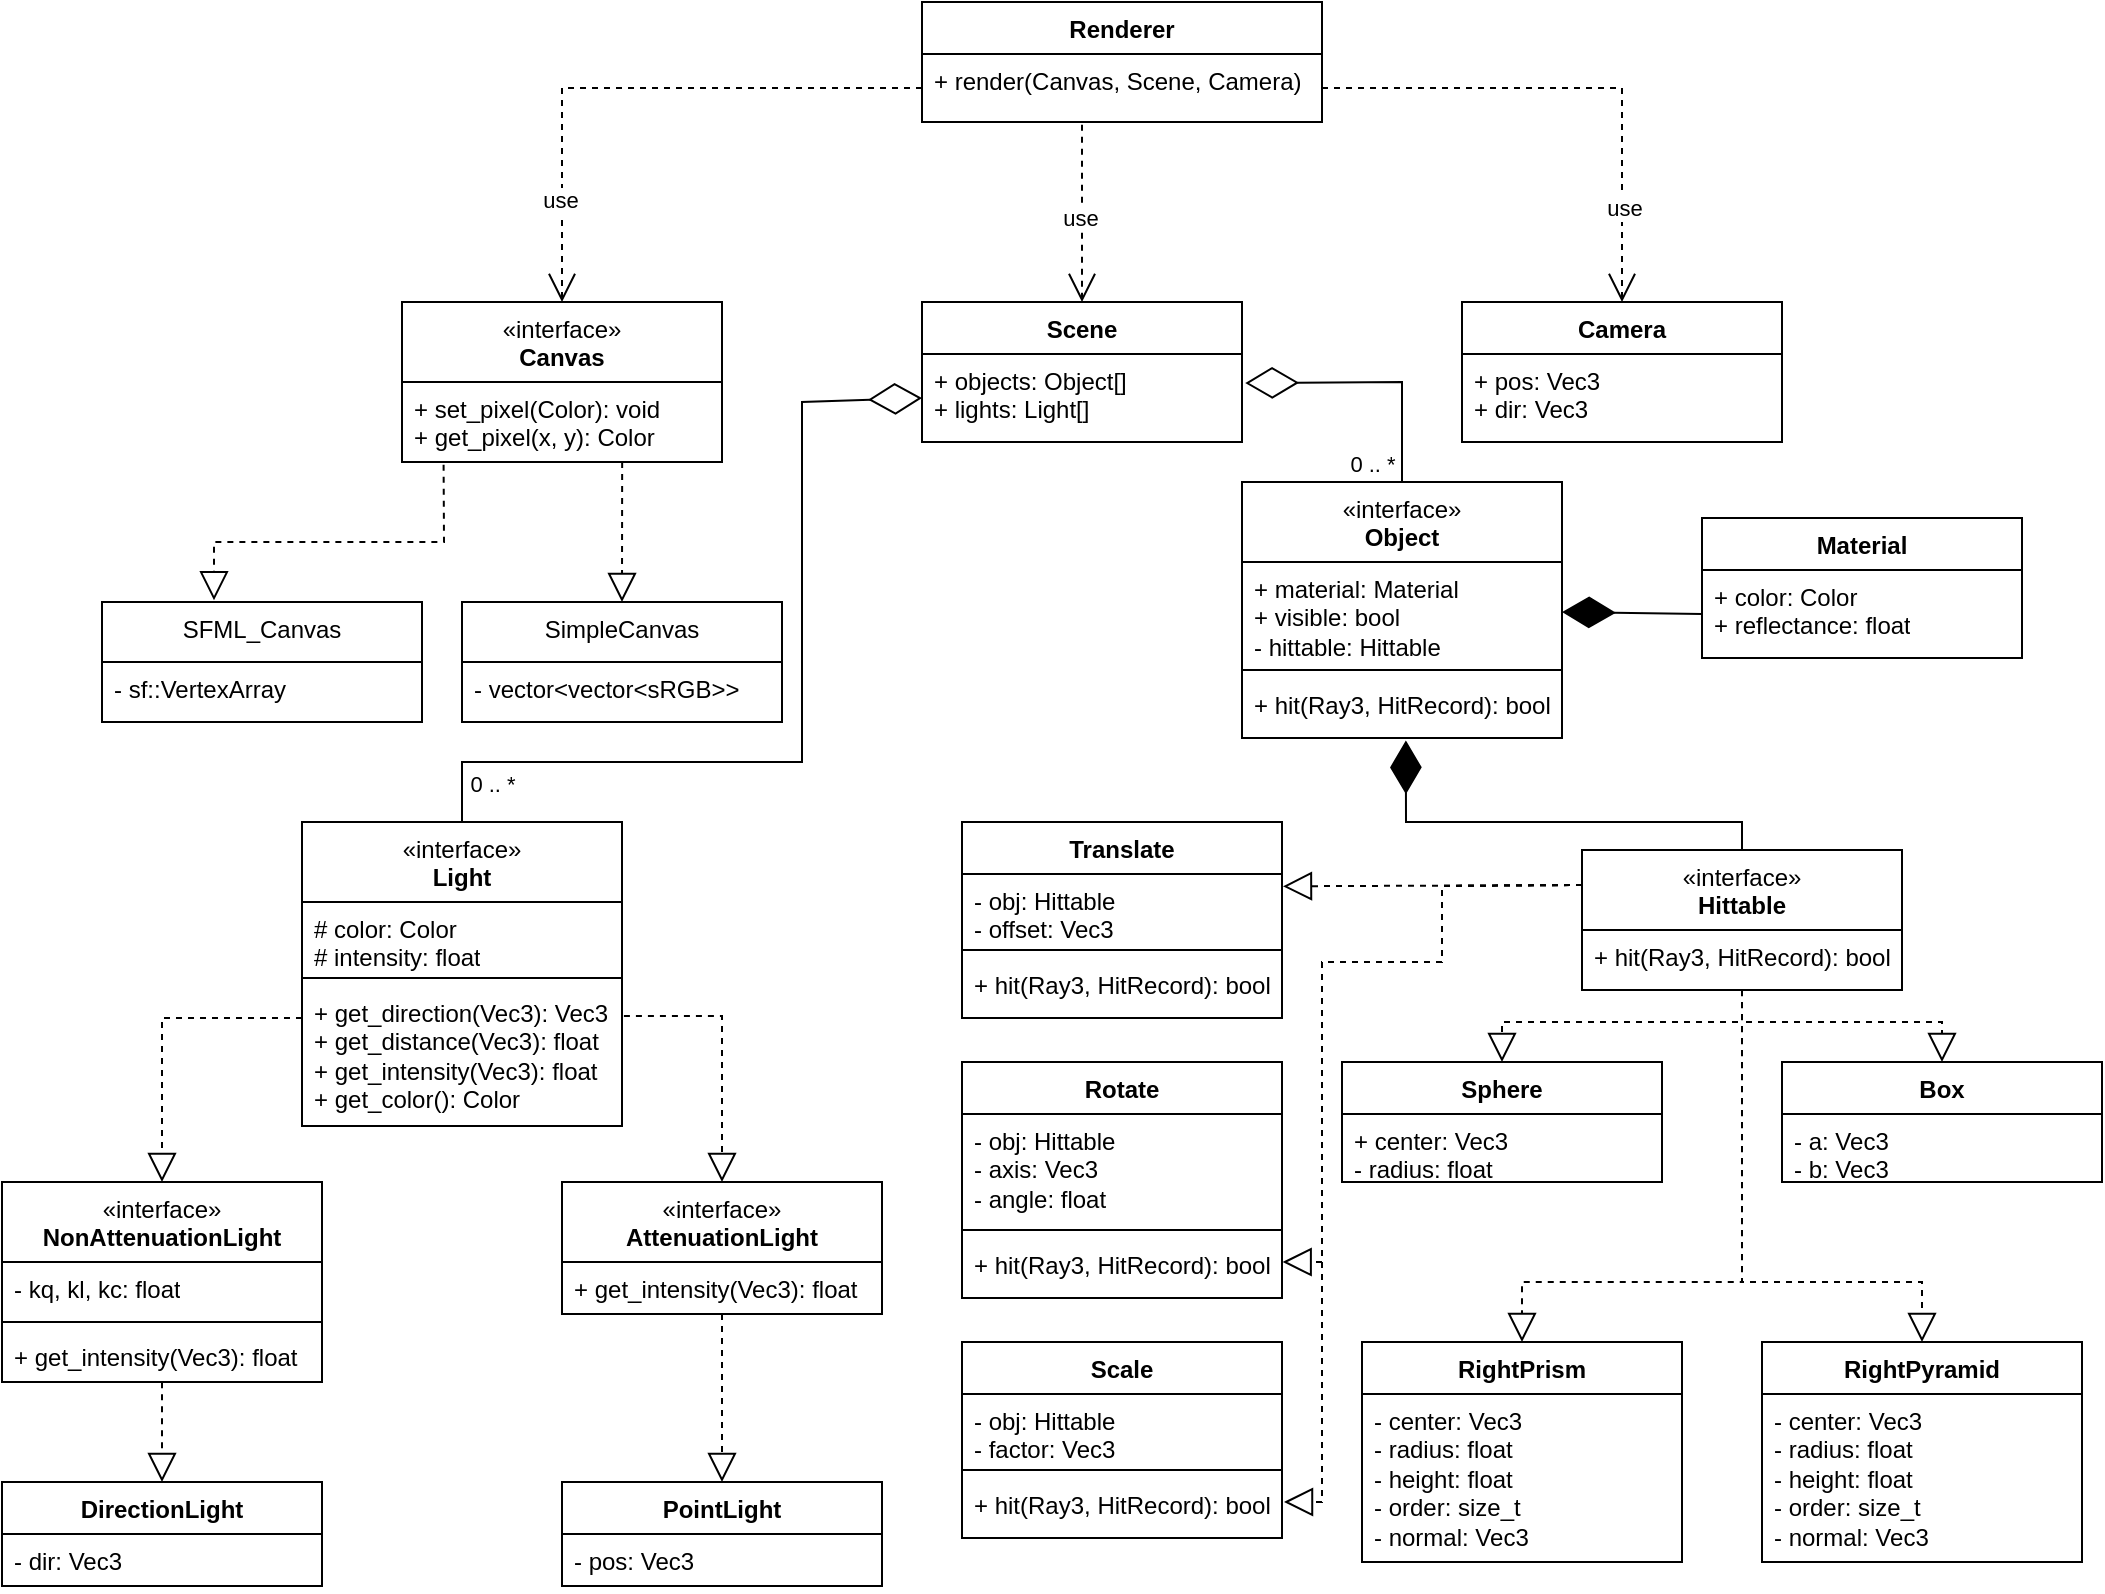
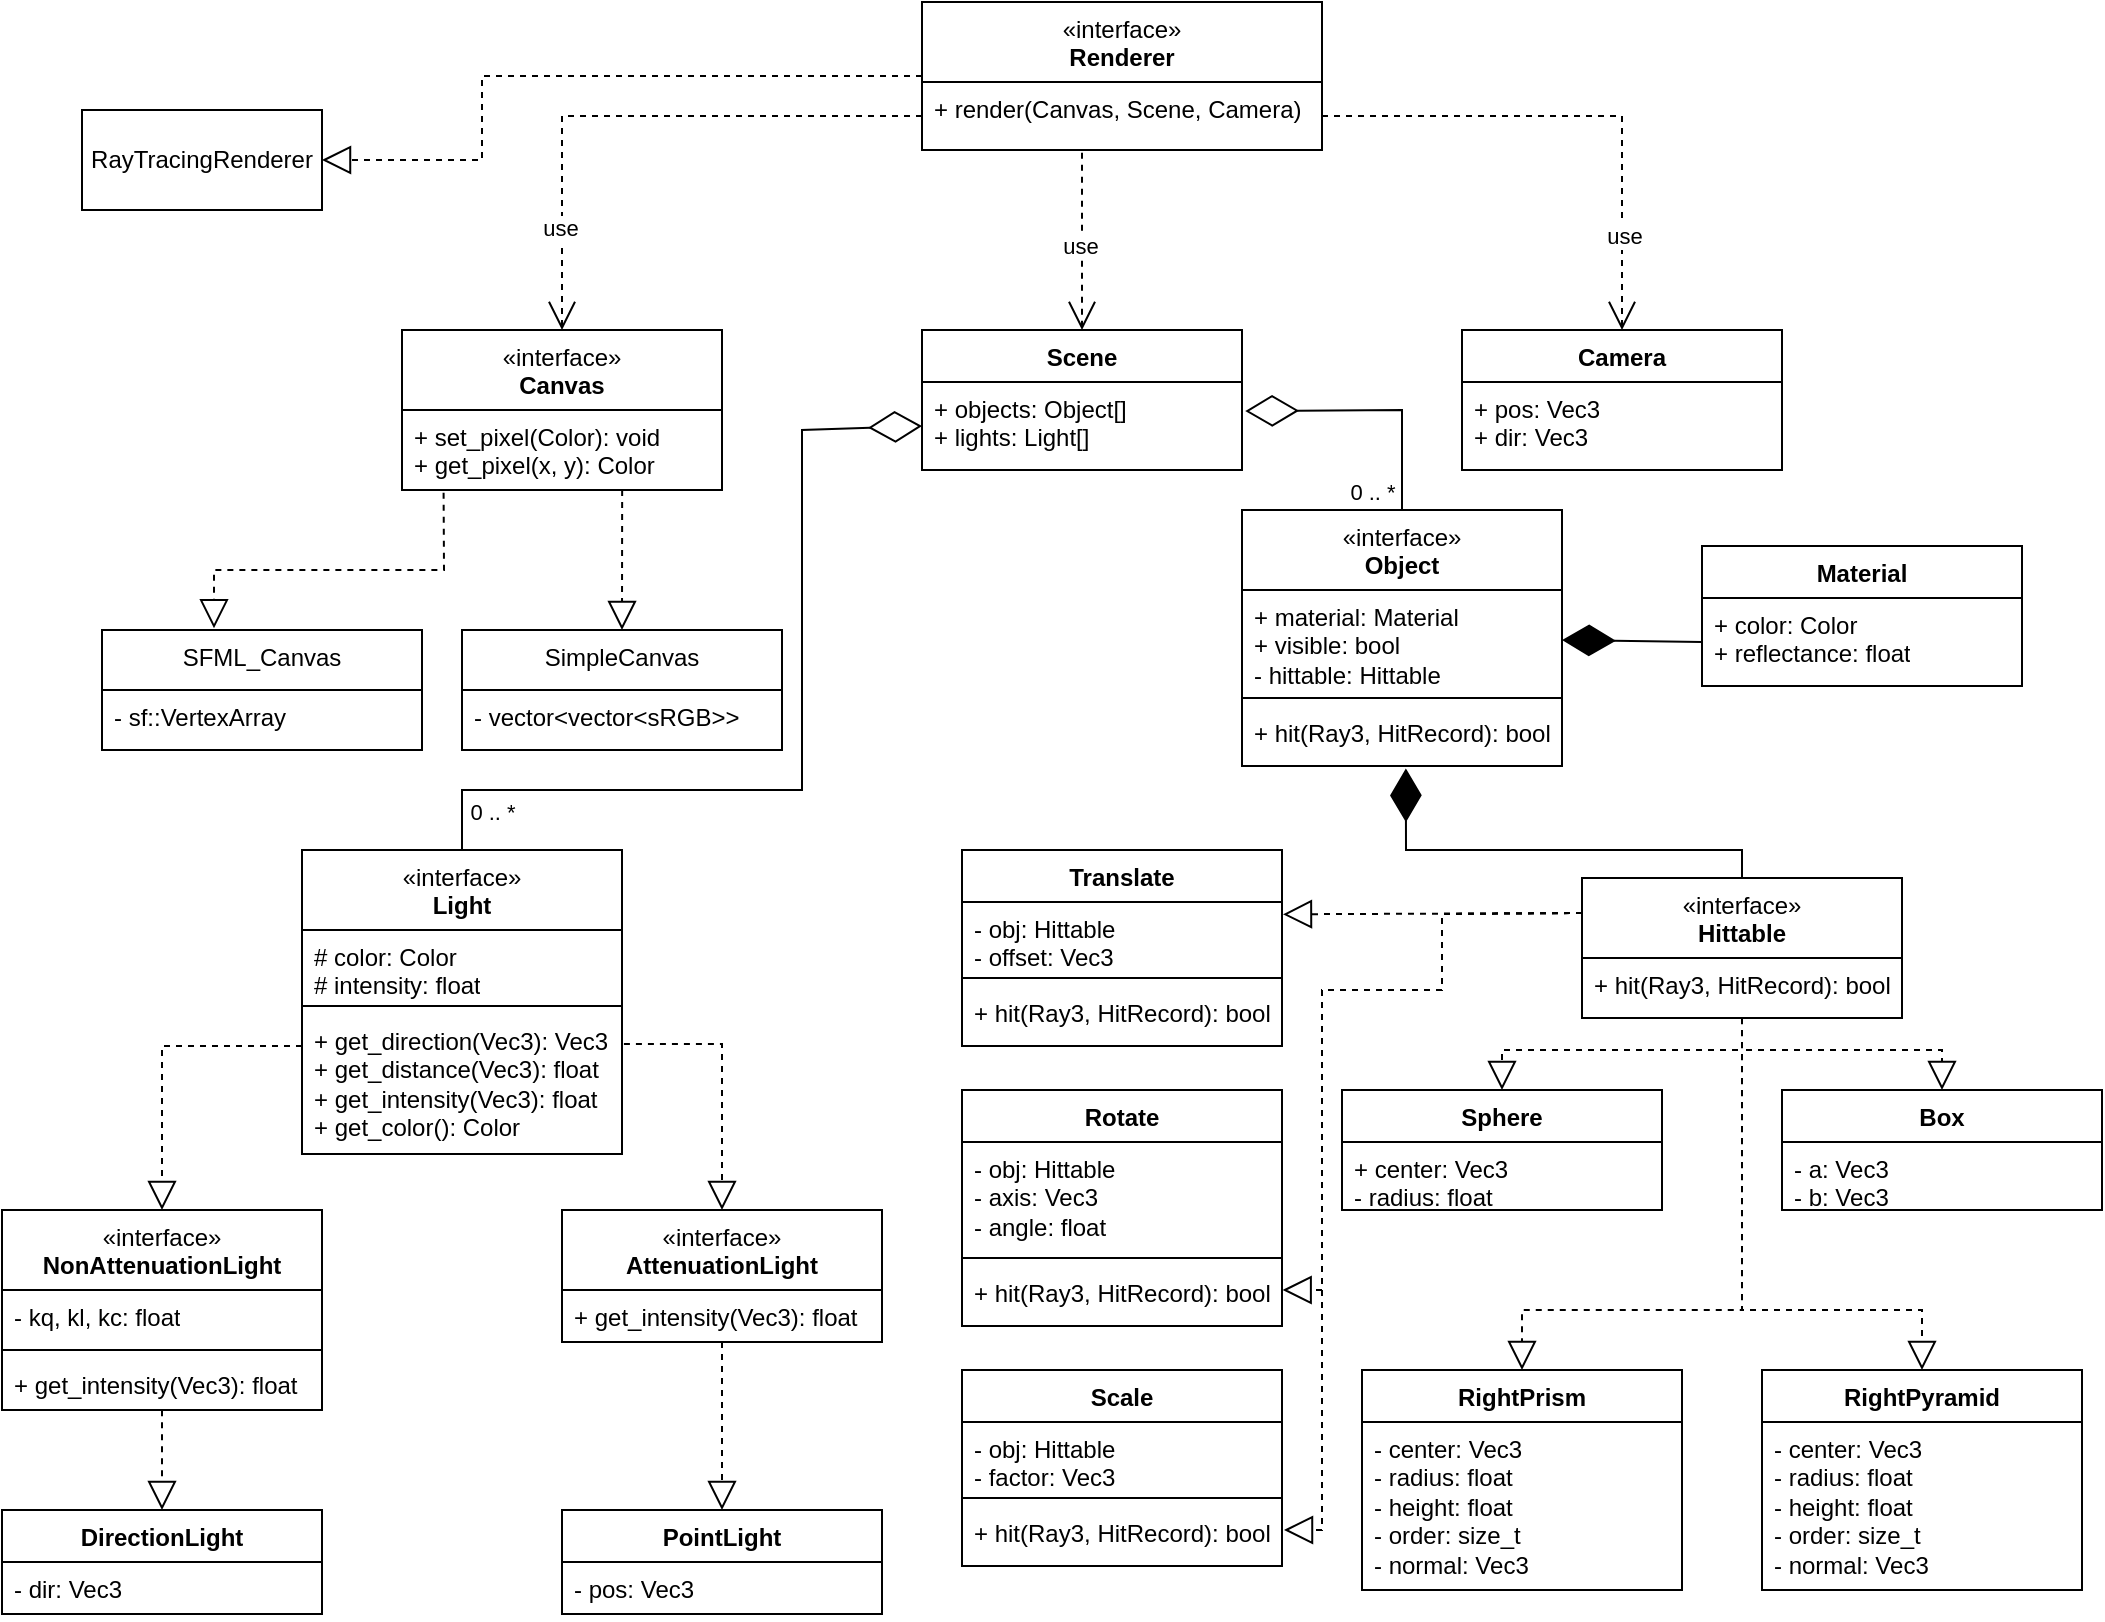
<mxfile host="Electron" agent="Mozilla/5.0 (Windows NT 10.0; Win64; x64) AppleWebKit/537.36 (KHTML, like Gecko) draw.io/26.0.9 Chrome/128.0.6613.186 Electron/32.2.5 Safari/537.36" version="26.0.9">
  <diagram name="Страница — 1" id="ZTjrPOcrjr3_ttdeYWlG">
-     <mxGraphModel dx="2514" dy="984" grid="1" gridSize="10" guides="1" tooltips="1" connect="1" arrows="1" fold="1" page="1" pageScale="1" pageWidth="827" pageHeight="1169" math="0" shadow="0">
+     <mxGraphModel dx="3434" dy="1520" grid="1" gridSize="10" guides="1" tooltips="1" connect="1" arrows="1" fold="1" page="1" pageScale="1" pageWidth="827" pageHeight="1169" math="0" shadow="0">
      <root>
        <mxCell id="0" />
        <mxCell id="1" parent="0" />
-         <mxCell id="hdlihjiLVeq3m88xXGLW-5" value="Renderer" style="swimlane;fontStyle=1;align=center;verticalAlign=top;childLayout=stackLayout;horizontal=1;startSize=26;horizontalStack=0;resizeParent=1;resizeParentMax=0;resizeLast=0;collapsible=1;marginBottom=0;whiteSpace=wrap;html=1;" parent="1" vertex="1">
-           <mxGeometry x="300" y="40" width="200" height="60" as="geometry" />
+         <mxCell id="hdlihjiLVeq3m88xXGLW-5" value="&lt;span style=&quot;font-weight: 400;&quot;&gt;«interface»&lt;/span&gt;&lt;br style=&quot;font-weight: 400;&quot;&gt;Renderer" style="swimlane;fontStyle=1;align=center;verticalAlign=top;childLayout=stackLayout;horizontal=1;startSize=40;horizontalStack=0;resizeParent=1;resizeParentMax=0;resizeLast=0;collapsible=1;marginBottom=0;whiteSpace=wrap;html=1;" parent="1" vertex="1">
+           <mxGeometry x="300" y="26" width="200" height="74" as="geometry">
+             <mxRectangle x="300" y="26" width="100" height="40" as="alternateBounds" />
+           </mxGeometry>
        </mxCell>
        <mxCell id="hdlihjiLVeq3m88xXGLW-8" value="+ render(Canvas, Scene, Camera)" style="text;strokeColor=none;fillColor=none;align=left;verticalAlign=top;spacingLeft=4;spacingRight=4;overflow=hidden;rotatable=0;points=[[0,0.5],[1,0.5]];portConstraint=eastwest;whiteSpace=wrap;html=1;" parent="hdlihjiLVeq3m88xXGLW-5" vertex="1">
-           <mxGeometry y="26" width="200" height="34" as="geometry" />
+           <mxGeometry y="40" width="200" height="34" as="geometry" />
        </mxCell>
        <mxCell id="hdlihjiLVeq3m88xXGLW-10" value="&lt;span style=&quot;font-weight: 400;&quot;&gt;«interface»&lt;/span&gt;&lt;br&gt;Canvas" style="swimlane;fontStyle=1;align=center;verticalAlign=top;childLayout=stackLayout;horizontal=1;startSize=40;horizontalStack=0;resizeParent=1;resizeParentMax=0;resizeLast=0;collapsible=1;marginBottom=0;whiteSpace=wrap;html=1;" parent="1" vertex="1">
          <mxGeometry x="40" y="190" width="160" height="80" as="geometry" />
        </mxCell>
        <mxCell id="hdlihjiLVeq3m88xXGLW-13" value="+ set_pixel(Color): void&lt;div&gt;+ get_pixel(x, y): Color&lt;/div&gt;" style="text;strokeColor=none;fillColor=none;align=left;verticalAlign=top;spacingLeft=4;spacingRight=4;overflow=hidden;rotatable=0;points=[[0,0.5],[1,0.5]];portConstraint=eastwest;whiteSpace=wrap;html=1;" parent="hdlihjiLVeq3m88xXGLW-10" vertex="1">
          <mxGeometry y="40" width="160" height="40" as="geometry" />
        </mxCell>
        <mxCell id="hdlihjiLVeq3m88xXGLW-18" value="Scene" style="swimlane;fontStyle=1;align=center;verticalAlign=top;childLayout=stackLayout;horizontal=1;startSize=26;horizontalStack=0;resizeParent=1;resizeParentMax=0;resizeLast=0;collapsible=1;marginBottom=0;whiteSpace=wrap;html=1;" parent="1" vertex="1">
          <mxGeometry x="300" y="190" width="160" height="70" as="geometry" />
        </mxCell>
        <mxCell id="hdlihjiLVeq3m88xXGLW-19" value="+ objects: Object[]&lt;div&gt;+ lights: Light[]&lt;/div&gt;" style="text;strokeColor=none;fillColor=none;align=left;verticalAlign=top;spacingLeft=4;spacingRight=4;overflow=hidden;rotatable=0;points=[[0,0.5],[1,0.5]];portConstraint=eastwest;whiteSpace=wrap;html=1;" parent="hdlihjiLVeq3m88xXGLW-18" vertex="1">
          <mxGeometry y="26" width="160" height="44" as="geometry" />
        </mxCell>
        <mxCell id="hdlihjiLVeq3m88xXGLW-22" value="Camera" style="swimlane;fontStyle=1;align=center;verticalAlign=top;childLayout=stackLayout;horizontal=1;startSize=26;horizontalStack=0;resizeParent=1;resizeParentMax=0;resizeLast=0;collapsible=1;marginBottom=0;whiteSpace=wrap;html=1;" parent="1" vertex="1">
          <mxGeometry x="570" y="190" width="160" height="70" as="geometry" />
        </mxCell>
        <mxCell id="hdlihjiLVeq3m88xXGLW-23" value="+ pos: Vec3&lt;div&gt;+ dir: Vec3&lt;/div&gt;" style="text;strokeColor=none;fillColor=none;align=left;verticalAlign=top;spacingLeft=4;spacingRight=4;overflow=hidden;rotatable=0;points=[[0,0.5],[1,0.5]];portConstraint=eastwest;whiteSpace=wrap;html=1;" parent="hdlihjiLVeq3m88xXGLW-22" vertex="1">
          <mxGeometry y="26" width="160" height="44" as="geometry" />
        </mxCell>
        <mxCell id="hdlihjiLVeq3m88xXGLW-26" value="&lt;span style=&quot;font-weight: 400;&quot;&gt;«interface»&lt;/span&gt;&lt;br style=&quot;font-weight: 400;&quot;&gt;Object" style="swimlane;fontStyle=1;align=center;verticalAlign=top;childLayout=stackLayout;horizontal=1;startSize=40;horizontalStack=0;resizeParent=1;resizeParentMax=0;resizeLast=0;collapsible=1;marginBottom=0;whiteSpace=wrap;html=1;" parent="1" vertex="1">
          <mxGeometry x="460" y="280" width="160" height="128" as="geometry" />
        </mxCell>
        <mxCell id="hdlihjiLVeq3m88xXGLW-27" value="+ material: Material&lt;div&gt;+ visible: bool&lt;br&gt;- hittable: Hittable&lt;/div&gt;" style="text;strokeColor=none;fillColor=none;align=left;verticalAlign=top;spacingLeft=4;spacingRight=4;overflow=hidden;rotatable=0;points=[[0,0.5],[1,0.5]];portConstraint=eastwest;whiteSpace=wrap;html=1;" parent="hdlihjiLVeq3m88xXGLW-26" vertex="1">
          <mxGeometry y="40" width="160" height="50" as="geometry" />
        </mxCell>
        <mxCell id="hdlihjiLVeq3m88xXGLW-28" value="" style="line;strokeWidth=1;fillColor=none;align=left;verticalAlign=middle;spacingTop=-1;spacingLeft=3;spacingRight=3;rotatable=0;labelPosition=right;points=[];portConstraint=eastwest;strokeColor=inherit;" parent="hdlihjiLVeq3m88xXGLW-26" vertex="1">
          <mxGeometry y="90" width="160" height="8" as="geometry" />
        </mxCell>
        <mxCell id="hdlihjiLVeq3m88xXGLW-29" value="+ hit(Ray3, HitRecord): bool" style="text;strokeColor=none;fillColor=none;align=left;verticalAlign=top;spacingLeft=4;spacingRight=4;overflow=hidden;rotatable=0;points=[[0,0.5],[1,0.5]];portConstraint=eastwest;whiteSpace=wrap;html=1;" parent="hdlihjiLVeq3m88xXGLW-26" vertex="1">
          <mxGeometry y="98" width="160" height="30" as="geometry" />
        </mxCell>
        <mxCell id="hdlihjiLVeq3m88xXGLW-30" value="Material" style="swimlane;fontStyle=1;align=center;verticalAlign=top;childLayout=stackLayout;horizontal=1;startSize=26;horizontalStack=0;resizeParent=1;resizeParentMax=0;resizeLast=0;collapsible=1;marginBottom=0;whiteSpace=wrap;html=1;" parent="1" vertex="1">
          <mxGeometry x="690" y="298" width="160" height="70" as="geometry" />
        </mxCell>
        <mxCell id="hdlihjiLVeq3m88xXGLW-31" value="+ color: Color&lt;div&gt;+ reflectance: float&lt;/div&gt;" style="text;strokeColor=none;fillColor=none;align=left;verticalAlign=top;spacingLeft=4;spacingRight=4;overflow=hidden;rotatable=0;points=[[0,0.5],[1,0.5]];portConstraint=eastwest;whiteSpace=wrap;html=1;" parent="hdlihjiLVeq3m88xXGLW-30" vertex="1">
          <mxGeometry y="26" width="160" height="44" as="geometry" />
        </mxCell>
        <mxCell id="hdlihjiLVeq3m88xXGLW-39" value="Box" style="swimlane;fontStyle=1;align=center;verticalAlign=top;childLayout=stackLayout;horizontal=1;startSize=26;horizontalStack=0;resizeParent=1;resizeParentMax=0;resizeLast=0;collapsible=1;marginBottom=0;whiteSpace=wrap;html=1;" parent="1" vertex="1">
          <mxGeometry x="730" y="570" width="160" height="60" as="geometry" />
        </mxCell>
        <mxCell id="hdlihjiLVeq3m88xXGLW-40" value="- a: Vec3&lt;div&gt;- b: Vec3&lt;/div&gt;" style="text;strokeColor=none;fillColor=none;align=left;verticalAlign=top;spacingLeft=4;spacingRight=4;overflow=hidden;rotatable=0;points=[[0,0.5],[1,0.5]];portConstraint=eastwest;whiteSpace=wrap;html=1;" parent="hdlihjiLVeq3m88xXGLW-39" vertex="1">
          <mxGeometry y="26" width="160" height="34" as="geometry" />
        </mxCell>
        <mxCell id="hdlihjiLVeq3m88xXGLW-43" value="" style="endArrow=open;endSize=12;dashed=1;html=1;rounded=0;entryX=0.5;entryY=0;entryDx=0;entryDy=0;exitX=0;exitY=0.5;exitDx=0;exitDy=0;" parent="1" source="hdlihjiLVeq3m88xXGLW-8" target="hdlihjiLVeq3m88xXGLW-10" edge="1">
          <mxGeometry x="0.6516" width="160" relative="1" as="geometry">
            <mxPoint x="400" y="130" as="sourcePoint" />
            <mxPoint x="470" y="310" as="targetPoint" />
            <Array as="points">
              <mxPoint x="120" y="83" />
            </Array>
            <mxPoint as="offset" />
          </mxGeometry>
        </mxCell>
-         <mxCell id="DN3gSNXj-5M0wLeot5Dc-1" value="use" style="edgeLabel;html=1;align=center;verticalAlign=middle;resizable=0;points=[];" vertex="1" connectable="0" parent="hdlihjiLVeq3m88xXGLW-43">
+         <mxCell id="DN3gSNXj-5M0wLeot5Dc-1" value="use" style="edgeLabel;html=1;align=center;verticalAlign=middle;resizable=0;points=[];" parent="hdlihjiLVeq3m88xXGLW-43" vertex="1" connectable="0">
          <mxGeometry x="0.6446" y="1" relative="1" as="geometry">
            <mxPoint x="-2" as="offset" />
          </mxGeometry>
        </mxCell>
        <mxCell id="hdlihjiLVeq3m88xXGLW-44" value="" style="endArrow=open;endSize=12;dashed=1;html=1;rounded=0;entryX=0.5;entryY=0;entryDx=0;entryDy=0;exitX=0.4;exitY=1.039;exitDx=0;exitDy=0;exitPerimeter=0;" parent="1" source="hdlihjiLVeq3m88xXGLW-8" target="hdlihjiLVeq3m88xXGLW-18" edge="1">
          <mxGeometry width="160" relative="1" as="geometry">
            <mxPoint x="414" y="111" as="sourcePoint" />
            <mxPoint x="130" y="200" as="targetPoint" />
          </mxGeometry>
        </mxCell>
-         <mxCell id="DN3gSNXj-5M0wLeot5Dc-2" value="use" style="edgeLabel;html=1;align=center;verticalAlign=middle;resizable=0;points=[];" vertex="1" connectable="0" parent="hdlihjiLVeq3m88xXGLW-44">
+         <mxCell id="DN3gSNXj-5M0wLeot5Dc-2" value="use" style="edgeLabel;html=1;align=center;verticalAlign=middle;resizable=0;points=[];" parent="hdlihjiLVeq3m88xXGLW-44" vertex="1" connectable="0">
          <mxGeometry x="0.0527" y="-1" relative="1" as="geometry">
            <mxPoint as="offset" />
          </mxGeometry>
        </mxCell>
        <mxCell id="hdlihjiLVeq3m88xXGLW-45" value="" style="endArrow=open;endSize=12;dashed=1;html=1;rounded=0;entryX=0.5;entryY=0;entryDx=0;entryDy=0;exitX=1;exitY=0.5;exitDx=0;exitDy=0;" parent="1" source="hdlihjiLVeq3m88xXGLW-8" target="hdlihjiLVeq3m88xXGLW-22" edge="1">
          <mxGeometry x="0.5169" width="160" relative="1" as="geometry">
            <mxPoint x="424" y="121" as="sourcePoint" />
            <mxPoint x="140" y="210" as="targetPoint" />
            <Array as="points">
              <mxPoint x="650" y="83" />
            </Array>
            <mxPoint as="offset" />
          </mxGeometry>
        </mxCell>
-         <mxCell id="DN3gSNXj-5M0wLeot5Dc-3" value="use" style="edgeLabel;html=1;align=center;verticalAlign=middle;resizable=0;points=[];" vertex="1" connectable="0" parent="hdlihjiLVeq3m88xXGLW-45">
+         <mxCell id="DN3gSNXj-5M0wLeot5Dc-3" value="use" style="edgeLabel;html=1;align=center;verticalAlign=middle;resizable=0;points=[];" parent="hdlihjiLVeq3m88xXGLW-45" vertex="1" connectable="0">
          <mxGeometry x="0.6329" y="1" relative="1" as="geometry">
            <mxPoint as="offset" />
          </mxGeometry>
        </mxCell>
        <mxCell id="x97AeL-hllB0ND-mWEOM-1" value="" style="endArrow=diamondThin;endFill=1;endSize=24;html=1;rounded=0;strokeColor=#000000;entryX=1;entryY=0.5;entryDx=0;entryDy=0;exitX=0;exitY=0.5;exitDx=0;exitDy=0;" parent="1" source="hdlihjiLVeq3m88xXGLW-31" target="hdlihjiLVeq3m88xXGLW-27" edge="1">
          <mxGeometry width="160" relative="1" as="geometry">
            <mxPoint x="730" y="360" as="sourcePoint" />
            <mxPoint x="640" y="360" as="targetPoint" />
            <Array as="points" />
          </mxGeometry>
        </mxCell>
-         <mxCell id="DN3gSNXj-5M0wLeot5Dc-8" value="" style="endArrow=block;dashed=1;endFill=0;endSize=12;html=1;rounded=0;exitX=0.13;exitY=1.033;exitDx=0;exitDy=0;exitPerimeter=0;entryX=0.35;entryY=-0.014;entryDx=0;entryDy=0;entryPerimeter=0;" edge="1" parent="1" source="hdlihjiLVeq3m88xXGLW-13" target="DN3gSNXj-5M0wLeot5Dc-25">
+         <mxCell id="DN3gSNXj-5M0wLeot5Dc-8" value="" style="endArrow=block;dashed=1;endFill=0;endSize=12;html=1;rounded=0;exitX=0.13;exitY=1.033;exitDx=0;exitDy=0;exitPerimeter=0;entryX=0.35;entryY=-0.014;entryDx=0;entryDy=0;entryPerimeter=0;" parent="1" source="hdlihjiLVeq3m88xXGLW-13" target="DN3gSNXj-5M0wLeot5Dc-25" edge="1">
          <mxGeometry width="160" relative="1" as="geometry">
            <mxPoint x="70" y="300" as="sourcePoint" />
            <mxPoint x="61" y="350" as="targetPoint" />
            <Array as="points">
              <mxPoint x="61" y="310" />
              <mxPoint x="-54" y="310" />
            </Array>
          </mxGeometry>
        </mxCell>
-         <mxCell id="DN3gSNXj-5M0wLeot5Dc-11" value="" style="endArrow=block;dashed=1;endFill=0;endSize=12;html=1;rounded=0;exitX=0.688;exitY=1;exitDx=0;exitDy=0;exitPerimeter=0;entryX=0.5;entryY=0;entryDx=0;entryDy=0;" edge="1" parent="1" source="hdlihjiLVeq3m88xXGLW-13" target="DN3gSNXj-5M0wLeot5Dc-27">
+         <mxCell id="DN3gSNXj-5M0wLeot5Dc-11" value="" style="endArrow=block;dashed=1;endFill=0;endSize=12;html=1;rounded=0;exitX=0.688;exitY=1;exitDx=0;exitDy=0;exitPerimeter=0;entryX=0.5;entryY=0;entryDx=0;entryDy=0;" parent="1" source="hdlihjiLVeq3m88xXGLW-13" target="DN3gSNXj-5M0wLeot5Dc-27" edge="1">
          <mxGeometry width="160" relative="1" as="geometry">
            <mxPoint x="460" y="260" as="sourcePoint" />
            <mxPoint x="242" y="340" as="targetPoint" />
            <Array as="points" />
          </mxGeometry>
        </mxCell>
-         <mxCell id="DN3gSNXj-5M0wLeot5Dc-12" value="&lt;span style=&quot;font-weight: 400;&quot;&gt;«interface»&lt;/span&gt;&lt;br style=&quot;font-weight: 400;&quot;&gt;Hittable" style="swimlane;fontStyle=1;align=center;verticalAlign=top;childLayout=stackLayout;horizontal=1;startSize=40;horizontalStack=0;resizeParent=1;resizeParentMax=0;resizeLast=0;collapsible=1;marginBottom=0;whiteSpace=wrap;html=1;" vertex="1" parent="1">
+         <mxCell id="DN3gSNXj-5M0wLeot5Dc-12" value="&lt;span style=&quot;font-weight: 400;&quot;&gt;«interface»&lt;/span&gt;&lt;br style=&quot;font-weight: 400;&quot;&gt;Hittable" style="swimlane;fontStyle=1;align=center;verticalAlign=top;childLayout=stackLayout;horizontal=1;startSize=40;horizontalStack=0;resizeParent=1;resizeParentMax=0;resizeLast=0;collapsible=1;marginBottom=0;whiteSpace=wrap;html=1;" parent="1" vertex="1">
          <mxGeometry x="630" y="464" width="160" height="70" as="geometry" />
        </mxCell>
-         <mxCell id="DN3gSNXj-5M0wLeot5Dc-15" value="+ hit(Ray3, HitRecord): bool" style="text;strokeColor=none;fillColor=none;align=left;verticalAlign=top;spacingLeft=4;spacingRight=4;overflow=hidden;rotatable=0;points=[[0,0.5],[1,0.5]];portConstraint=eastwest;whiteSpace=wrap;html=1;" vertex="1" parent="DN3gSNXj-5M0wLeot5Dc-12">
+         <mxCell id="DN3gSNXj-5M0wLeot5Dc-15" value="+ hit(Ray3, HitRecord): bool" style="text;strokeColor=none;fillColor=none;align=left;verticalAlign=top;spacingLeft=4;spacingRight=4;overflow=hidden;rotatable=0;points=[[0,0.5],[1,0.5]];portConstraint=eastwest;whiteSpace=wrap;html=1;" parent="DN3gSNXj-5M0wLeot5Dc-12" vertex="1">
          <mxGeometry y="40" width="160" height="30" as="geometry" />
        </mxCell>
-         <mxCell id="DN3gSNXj-5M0wLeot5Dc-16" value="" style="endArrow=diamondThin;endFill=1;endSize=24;html=1;rounded=0;exitX=0.5;exitY=0;exitDx=0;exitDy=0;strokeColor=#000000;entryX=0.512;entryY=1.04;entryDx=0;entryDy=0;entryPerimeter=0;" edge="1" parent="1" source="DN3gSNXj-5M0wLeot5Dc-12" target="hdlihjiLVeq3m88xXGLW-29">
+         <mxCell id="DN3gSNXj-5M0wLeot5Dc-16" value="" style="endArrow=diamondThin;endFill=1;endSize=24;html=1;rounded=0;exitX=0.5;exitY=0;exitDx=0;exitDy=0;strokeColor=#000000;entryX=0.512;entryY=1.04;entryDx=0;entryDy=0;entryPerimeter=0;" parent="1" source="DN3gSNXj-5M0wLeot5Dc-12" target="hdlihjiLVeq3m88xXGLW-29" edge="1">
          <mxGeometry width="160" relative="1" as="geometry">
            <mxPoint x="264" y="594" as="sourcePoint" />
            <mxPoint x="550" y="440" as="targetPoint" />
            <Array as="points">
              <mxPoint x="710" y="450" />
              <mxPoint x="542" y="450" />
            </Array>
          </mxGeometry>
        </mxCell>
-         <mxCell id="DN3gSNXj-5M0wLeot5Dc-21" value="RightPrism" style="swimlane;fontStyle=1;align=center;verticalAlign=top;childLayout=stackLayout;horizontal=1;startSize=26;horizontalStack=0;resizeParent=1;resizeParentMax=0;resizeLast=0;collapsible=1;marginBottom=0;whiteSpace=wrap;html=1;" vertex="1" parent="1">
+         <mxCell id="DN3gSNXj-5M0wLeot5Dc-21" value="RightPrism" style="swimlane;fontStyle=1;align=center;verticalAlign=top;childLayout=stackLayout;horizontal=1;startSize=26;horizontalStack=0;resizeParent=1;resizeParentMax=0;resizeLast=0;collapsible=1;marginBottom=0;whiteSpace=wrap;html=1;" parent="1" vertex="1">
          <mxGeometry x="520" y="710" width="160" height="110" as="geometry" />
        </mxCell>
-         <mxCell id="DN3gSNXj-5M0wLeot5Dc-22" value="- center: Vec3&lt;div&gt;- radius: float&lt;/div&gt;&lt;div&gt;- height: float&lt;/div&gt;&lt;div&gt;- order: size_t&lt;/div&gt;&lt;div&gt;- normal: Vec3&lt;/div&gt;" style="text;strokeColor=none;fillColor=none;align=left;verticalAlign=top;spacingLeft=4;spacingRight=4;overflow=hidden;rotatable=0;points=[[0,0.5],[1,0.5]];portConstraint=eastwest;whiteSpace=wrap;html=1;" vertex="1" parent="DN3gSNXj-5M0wLeot5Dc-21">
+         <mxCell id="DN3gSNXj-5M0wLeot5Dc-22" value="- center: Vec3&lt;div&gt;- radius: float&lt;/div&gt;&lt;div&gt;- height: float&lt;/div&gt;&lt;div&gt;- order: size_t&lt;/div&gt;&lt;div&gt;- normal: Vec3&lt;/div&gt;" style="text;strokeColor=none;fillColor=none;align=left;verticalAlign=top;spacingLeft=4;spacingRight=4;overflow=hidden;rotatable=0;points=[[0,0.5],[1,0.5]];portConstraint=eastwest;whiteSpace=wrap;html=1;" parent="DN3gSNXj-5M0wLeot5Dc-21" vertex="1">
          <mxGeometry y="26" width="160" height="84" as="geometry" />
        </mxCell>
-         <mxCell id="DN3gSNXj-5M0wLeot5Dc-23" value="" style="endArrow=diamondThin;endFill=0;endSize=24;html=1;rounded=0;entryX=1.01;entryY=0.33;entryDx=0;entryDy=0;entryPerimeter=0;" edge="1" parent="1" target="hdlihjiLVeq3m88xXGLW-19">
+         <mxCell id="DN3gSNXj-5M0wLeot5Dc-23" value="" style="endArrow=diamondThin;endFill=0;endSize=24;html=1;rounded=0;entryX=1.01;entryY=0.33;entryDx=0;entryDy=0;entryPerimeter=0;" parent="1" target="hdlihjiLVeq3m88xXGLW-19" edge="1">
          <mxGeometry width="160" relative="1" as="geometry">
            <mxPoint x="540" y="280" as="sourcePoint" />
            <mxPoint x="490" y="330" as="targetPoint" />
            <Array as="points">
              <mxPoint x="540" y="230" />
            </Array>
          </mxGeometry>
        </mxCell>
-         <mxCell id="DN3gSNXj-5M0wLeot5Dc-29" value="0 .. *" style="edgeLabel;html=1;align=center;verticalAlign=middle;resizable=0;points=[];" vertex="1" connectable="0" parent="DN3gSNXj-5M0wLeot5Dc-23">
+         <mxCell id="DN3gSNXj-5M0wLeot5Dc-29" value="0 .. *" style="edgeLabel;html=1;align=center;verticalAlign=middle;resizable=0;points=[];" parent="DN3gSNXj-5M0wLeot5Dc-23" vertex="1" connectable="0">
          <mxGeometry x="-0.865" y="2" relative="1" as="geometry">
            <mxPoint x="-13" y="-1" as="offset" />
          </mxGeometry>
        </mxCell>
-         <mxCell id="DN3gSNXj-5M0wLeot5Dc-25" value="&lt;span style=&quot;font-weight: 400;&quot;&gt;SFML_Canvas&lt;/span&gt;" style="swimlane;fontStyle=1;align=center;verticalAlign=top;childLayout=stackLayout;horizontal=1;startSize=30;horizontalStack=0;resizeParent=1;resizeParentMax=0;resizeLast=0;collapsible=1;marginBottom=0;whiteSpace=wrap;html=1;" vertex="1" parent="1">
+         <mxCell id="DN3gSNXj-5M0wLeot5Dc-25" value="&lt;span style=&quot;font-weight: 400;&quot;&gt;SFML_Canvas&lt;/span&gt;" style="swimlane;fontStyle=1;align=center;verticalAlign=top;childLayout=stackLayout;horizontal=1;startSize=30;horizontalStack=0;resizeParent=1;resizeParentMax=0;resizeLast=0;collapsible=1;marginBottom=0;whiteSpace=wrap;html=1;" parent="1" vertex="1">
          <mxGeometry x="-110" y="340" width="160" height="60" as="geometry" />
        </mxCell>
-         <mxCell id="DN3gSNXj-5M0wLeot5Dc-26" value="- sf::VertexArray" style="text;strokeColor=none;fillColor=none;align=left;verticalAlign=top;spacingLeft=4;spacingRight=4;overflow=hidden;rotatable=0;points=[[0,0.5],[1,0.5]];portConstraint=eastwest;whiteSpace=wrap;html=1;" vertex="1" parent="DN3gSNXj-5M0wLeot5Dc-25">
+         <mxCell id="DN3gSNXj-5M0wLeot5Dc-26" value="- sf::VertexArray" style="text;strokeColor=none;fillColor=none;align=left;verticalAlign=top;spacingLeft=4;spacingRight=4;overflow=hidden;rotatable=0;points=[[0,0.5],[1,0.5]];portConstraint=eastwest;whiteSpace=wrap;html=1;" parent="DN3gSNXj-5M0wLeot5Dc-25" vertex="1">
          <mxGeometry y="30" width="160" height="30" as="geometry" />
        </mxCell>
-         <mxCell id="DN3gSNXj-5M0wLeot5Dc-27" value="&lt;span style=&quot;font-weight: 400;&quot;&gt;SimpleCanvas&lt;/span&gt;" style="swimlane;fontStyle=1;align=center;verticalAlign=top;childLayout=stackLayout;horizontal=1;startSize=30;horizontalStack=0;resizeParent=1;resizeParentMax=0;resizeLast=0;collapsible=1;marginBottom=0;whiteSpace=wrap;html=1;" vertex="1" parent="1">
+         <mxCell id="DN3gSNXj-5M0wLeot5Dc-27" value="&lt;span style=&quot;font-weight: 400;&quot;&gt;SimpleCanvas&lt;/span&gt;" style="swimlane;fontStyle=1;align=center;verticalAlign=top;childLayout=stackLayout;horizontal=1;startSize=30;horizontalStack=0;resizeParent=1;resizeParentMax=0;resizeLast=0;collapsible=1;marginBottom=0;whiteSpace=wrap;html=1;" parent="1" vertex="1">
          <mxGeometry x="70" y="340" width="160" height="60" as="geometry" />
        </mxCell>
-         <mxCell id="DN3gSNXj-5M0wLeot5Dc-28" value="- vector&amp;lt;vector&amp;lt;sRGB&amp;gt;&amp;gt;" style="text;strokeColor=none;fillColor=none;align=left;verticalAlign=top;spacingLeft=4;spacingRight=4;overflow=hidden;rotatable=0;points=[[0,0.5],[1,0.5]];portConstraint=eastwest;whiteSpace=wrap;html=1;" vertex="1" parent="DN3gSNXj-5M0wLeot5Dc-27">
+         <mxCell id="DN3gSNXj-5M0wLeot5Dc-28" value="- vector&amp;lt;vector&amp;lt;sRGB&amp;gt;&amp;gt;" style="text;strokeColor=none;fillColor=none;align=left;verticalAlign=top;spacingLeft=4;spacingRight=4;overflow=hidden;rotatable=0;points=[[0,0.5],[1,0.5]];portConstraint=eastwest;whiteSpace=wrap;html=1;" parent="DN3gSNXj-5M0wLeot5Dc-27" vertex="1">
          <mxGeometry y="30" width="160" height="30" as="geometry" />
        </mxCell>
-         <mxCell id="DN3gSNXj-5M0wLeot5Dc-30" value="&lt;span style=&quot;font-weight: 400;&quot;&gt;«interface»&lt;/span&gt;&lt;br&gt;Light" style="swimlane;fontStyle=1;align=center;verticalAlign=top;childLayout=stackLayout;horizontal=1;startSize=40;horizontalStack=0;resizeParent=1;resizeParentMax=0;resizeLast=0;collapsible=1;marginBottom=0;whiteSpace=wrap;html=1;" vertex="1" parent="1">
+         <mxCell id="DN3gSNXj-5M0wLeot5Dc-30" value="&lt;span style=&quot;font-weight: 400;&quot;&gt;«interface»&lt;/span&gt;&lt;br&gt;Light" style="swimlane;fontStyle=1;align=center;verticalAlign=top;childLayout=stackLayout;horizontal=1;startSize=40;horizontalStack=0;resizeParent=1;resizeParentMax=0;resizeLast=0;collapsible=1;marginBottom=0;whiteSpace=wrap;html=1;" parent="1" vertex="1">
          <mxGeometry x="-10" y="450" width="160" height="152" as="geometry" />
        </mxCell>
-         <mxCell id="DN3gSNXj-5M0wLeot5Dc-31" value="# color: Color&lt;br&gt;# intensity: float" style="text;strokeColor=none;fillColor=none;align=left;verticalAlign=top;spacingLeft=4;spacingRight=4;overflow=hidden;rotatable=0;points=[[0,0.5],[1,0.5]];portConstraint=eastwest;whiteSpace=wrap;html=1;" vertex="1" parent="DN3gSNXj-5M0wLeot5Dc-30">
+         <mxCell id="DN3gSNXj-5M0wLeot5Dc-31" value="# color: Color&lt;br&gt;# intensity: float" style="text;strokeColor=none;fillColor=none;align=left;verticalAlign=top;spacingLeft=4;spacingRight=4;overflow=hidden;rotatable=0;points=[[0,0.5],[1,0.5]];portConstraint=eastwest;whiteSpace=wrap;html=1;" parent="DN3gSNXj-5M0wLeot5Dc-30" vertex="1">
          <mxGeometry y="40" width="160" height="34" as="geometry" />
        </mxCell>
-         <mxCell id="DN3gSNXj-5M0wLeot5Dc-32" value="" style="line;strokeWidth=1;fillColor=none;align=left;verticalAlign=middle;spacingTop=-1;spacingLeft=3;spacingRight=3;rotatable=0;labelPosition=right;points=[];portConstraint=eastwest;strokeColor=inherit;" vertex="1" parent="DN3gSNXj-5M0wLeot5Dc-30">
+         <mxCell id="DN3gSNXj-5M0wLeot5Dc-32" value="" style="line;strokeWidth=1;fillColor=none;align=left;verticalAlign=middle;spacingTop=-1;spacingLeft=3;spacingRight=3;rotatable=0;labelPosition=right;points=[];portConstraint=eastwest;strokeColor=inherit;" parent="DN3gSNXj-5M0wLeot5Dc-30" vertex="1">
          <mxGeometry y="74" width="160" height="8" as="geometry" />
        </mxCell>
-         <mxCell id="DN3gSNXj-5M0wLeot5Dc-33" value="+ get_direction(Vec3): Vec3&lt;div&gt;+ get_distance(Vec3): float&lt;br&gt;+ get_intensity(Vec3): float&lt;/div&gt;&lt;div&gt;+ get_color(): Color&lt;/div&gt;" style="text;strokeColor=none;fillColor=none;align=left;verticalAlign=top;spacingLeft=4;spacingRight=4;overflow=hidden;rotatable=0;points=[[0,0.5],[1,0.5]];portConstraint=eastwest;whiteSpace=wrap;html=1;" vertex="1" parent="DN3gSNXj-5M0wLeot5Dc-30">
+         <mxCell id="DN3gSNXj-5M0wLeot5Dc-33" value="+ get_direction(Vec3): Vec3&lt;div&gt;+ get_distance(Vec3): float&lt;br&gt;+ get_intensity(Vec3): float&lt;/div&gt;&lt;div&gt;+ get_color(): Color&lt;/div&gt;" style="text;strokeColor=none;fillColor=none;align=left;verticalAlign=top;spacingLeft=4;spacingRight=4;overflow=hidden;rotatable=0;points=[[0,0.5],[1,0.5]];portConstraint=eastwest;whiteSpace=wrap;html=1;" parent="DN3gSNXj-5M0wLeot5Dc-30" vertex="1">
          <mxGeometry y="82" width="160" height="70" as="geometry" />
        </mxCell>
-         <mxCell id="DN3gSNXj-5M0wLeot5Dc-42" value="DirectionLight" style="swimlane;fontStyle=1;align=center;verticalAlign=top;childLayout=stackLayout;horizontal=1;startSize=26;horizontalStack=0;resizeParent=1;resizeParentMax=0;resizeLast=0;collapsible=1;marginBottom=0;whiteSpace=wrap;html=1;" vertex="1" parent="1">
+         <mxCell id="DN3gSNXj-5M0wLeot5Dc-42" value="DirectionLight" style="swimlane;fontStyle=1;align=center;verticalAlign=top;childLayout=stackLayout;horizontal=1;startSize=26;horizontalStack=0;resizeParent=1;resizeParentMax=0;resizeLast=0;collapsible=1;marginBottom=0;whiteSpace=wrap;html=1;" parent="1" vertex="1">
          <mxGeometry x="-160" y="780" width="160" height="52" as="geometry" />
        </mxCell>
-         <mxCell id="DN3gSNXj-5M0wLeot5Dc-43" value="- dir: Vec3" style="text;strokeColor=none;fillColor=none;align=left;verticalAlign=top;spacingLeft=4;spacingRight=4;overflow=hidden;rotatable=0;points=[[0,0.5],[1,0.5]];portConstraint=eastwest;whiteSpace=wrap;html=1;" vertex="1" parent="DN3gSNXj-5M0wLeot5Dc-42">
+         <mxCell id="DN3gSNXj-5M0wLeot5Dc-43" value="- dir: Vec3" style="text;strokeColor=none;fillColor=none;align=left;verticalAlign=top;spacingLeft=4;spacingRight=4;overflow=hidden;rotatable=0;points=[[0,0.5],[1,0.5]];portConstraint=eastwest;whiteSpace=wrap;html=1;" parent="DN3gSNXj-5M0wLeot5Dc-42" vertex="1">
          <mxGeometry y="26" width="160" height="26" as="geometry" />
        </mxCell>
-         <mxCell id="DN3gSNXj-5M0wLeot5Dc-46" value="PointLight" style="swimlane;fontStyle=1;align=center;verticalAlign=top;childLayout=stackLayout;horizontal=1;startSize=26;horizontalStack=0;resizeParent=1;resizeParentMax=0;resizeLast=0;collapsible=1;marginBottom=0;whiteSpace=wrap;html=1;" vertex="1" parent="1">
+         <mxCell id="DN3gSNXj-5M0wLeot5Dc-46" value="PointLight" style="swimlane;fontStyle=1;align=center;verticalAlign=top;childLayout=stackLayout;horizontal=1;startSize=26;horizontalStack=0;resizeParent=1;resizeParentMax=0;resizeLast=0;collapsible=1;marginBottom=0;whiteSpace=wrap;html=1;" parent="1" vertex="1">
          <mxGeometry x="120" y="780" width="160" height="52" as="geometry" />
        </mxCell>
-         <mxCell id="DN3gSNXj-5M0wLeot5Dc-47" value="- pos: Vec3" style="text;strokeColor=none;fillColor=none;align=left;verticalAlign=top;spacingLeft=4;spacingRight=4;overflow=hidden;rotatable=0;points=[[0,0.5],[1,0.5]];portConstraint=eastwest;whiteSpace=wrap;html=1;" vertex="1" parent="DN3gSNXj-5M0wLeot5Dc-46">
+         <mxCell id="DN3gSNXj-5M0wLeot5Dc-47" value="- pos: Vec3" style="text;strokeColor=none;fillColor=none;align=left;verticalAlign=top;spacingLeft=4;spacingRight=4;overflow=hidden;rotatable=0;points=[[0,0.5],[1,0.5]];portConstraint=eastwest;whiteSpace=wrap;html=1;" parent="DN3gSNXj-5M0wLeot5Dc-46" vertex="1">
          <mxGeometry y="26" width="160" height="26" as="geometry" />
        </mxCell>
-         <mxCell id="DN3gSNXj-5M0wLeot5Dc-54" value="&lt;div&gt;&lt;span style=&quot;font-weight: 400;&quot;&gt;«interface»&lt;/span&gt;&lt;br&gt;&lt;/div&gt;Attenuation&lt;span style=&quot;background-color: transparent; color: light-dark(rgb(0, 0, 0), rgb(255, 255, 255));&quot;&gt;Light&lt;/span&gt;" style="swimlane;fontStyle=1;align=center;verticalAlign=top;childLayout=stackLayout;horizontal=1;startSize=40;horizontalStack=0;resizeParent=1;resizeParentMax=0;resizeLast=0;collapsible=1;marginBottom=0;whiteSpace=wrap;html=1;" vertex="1" parent="1">
+         <mxCell id="DN3gSNXj-5M0wLeot5Dc-54" value="&lt;div&gt;&lt;span style=&quot;font-weight: 400;&quot;&gt;«interface»&lt;/span&gt;&lt;br&gt;&lt;/div&gt;Attenuation&lt;span style=&quot;background-color: transparent; color: light-dark(rgb(0, 0, 0), rgb(255, 255, 255));&quot;&gt;Light&lt;/span&gt;" style="swimlane;fontStyle=1;align=center;verticalAlign=top;childLayout=stackLayout;horizontal=1;startSize=40;horizontalStack=0;resizeParent=1;resizeParentMax=0;resizeLast=0;collapsible=1;marginBottom=0;whiteSpace=wrap;html=1;" parent="1" vertex="1">
          <mxGeometry x="120" y="630" width="160" height="66" as="geometry" />
        </mxCell>
-         <mxCell id="DN3gSNXj-5M0wLeot5Dc-57" value="&lt;div&gt;+ get_intensity(Vec3): float&lt;/div&gt;" style="text;strokeColor=none;fillColor=none;align=left;verticalAlign=top;spacingLeft=4;spacingRight=4;overflow=hidden;rotatable=0;points=[[0,0.5],[1,0.5]];portConstraint=eastwest;whiteSpace=wrap;html=1;" vertex="1" parent="DN3gSNXj-5M0wLeot5Dc-54">
+         <mxCell id="DN3gSNXj-5M0wLeot5Dc-57" value="&lt;div&gt;+ get_intensity(Vec3): float&lt;/div&gt;" style="text;strokeColor=none;fillColor=none;align=left;verticalAlign=top;spacingLeft=4;spacingRight=4;overflow=hidden;rotatable=0;points=[[0,0.5],[1,0.5]];portConstraint=eastwest;whiteSpace=wrap;html=1;" parent="DN3gSNXj-5M0wLeot5Dc-54" vertex="1">
          <mxGeometry y="40" width="160" height="26" as="geometry" />
        </mxCell>
-         <mxCell id="DN3gSNXj-5M0wLeot5Dc-58" value="Sphere" style="swimlane;fontStyle=1;align=center;verticalAlign=top;childLayout=stackLayout;horizontal=1;startSize=26;horizontalStack=0;resizeParent=1;resizeParentMax=0;resizeLast=0;collapsible=1;marginBottom=0;whiteSpace=wrap;html=1;" vertex="1" parent="1">
+         <mxCell id="DN3gSNXj-5M0wLeot5Dc-58" value="Sphere" style="swimlane;fontStyle=1;align=center;verticalAlign=top;childLayout=stackLayout;horizontal=1;startSize=26;horizontalStack=0;resizeParent=1;resizeParentMax=0;resizeLast=0;collapsible=1;marginBottom=0;whiteSpace=wrap;html=1;" parent="1" vertex="1">
          <mxGeometry x="510" y="570" width="160" height="60" as="geometry" />
        </mxCell>
-         <mxCell id="DN3gSNXj-5M0wLeot5Dc-59" value="+ center: Vec3&lt;div&gt;- radius: float&lt;/div&gt;" style="text;strokeColor=none;fillColor=none;align=left;verticalAlign=top;spacingLeft=4;spacingRight=4;overflow=hidden;rotatable=0;points=[[0,0.5],[1,0.5]];portConstraint=eastwest;whiteSpace=wrap;html=1;" vertex="1" parent="DN3gSNXj-5M0wLeot5Dc-58">
+         <mxCell id="DN3gSNXj-5M0wLeot5Dc-59" value="+ center: Vec3&lt;div&gt;- radius: float&lt;/div&gt;" style="text;strokeColor=none;fillColor=none;align=left;verticalAlign=top;spacingLeft=4;spacingRight=4;overflow=hidden;rotatable=0;points=[[0,0.5],[1,0.5]];portConstraint=eastwest;whiteSpace=wrap;html=1;" parent="DN3gSNXj-5M0wLeot5Dc-58" vertex="1">
          <mxGeometry y="26" width="160" height="34" as="geometry" />
        </mxCell>
-         <mxCell id="DN3gSNXj-5M0wLeot5Dc-62" value="" style="endArrow=block;dashed=1;endFill=0;endSize=12;html=1;rounded=0;exitX=0;exitY=0.229;exitDx=0;exitDy=0;exitPerimeter=0;entryX=0.5;entryY=0;entryDx=0;entryDy=0;" edge="1" parent="1" source="DN3gSNXj-5M0wLeot5Dc-33" target="DN3gSNXj-5M0wLeot5Dc-69">
+         <mxCell id="DN3gSNXj-5M0wLeot5Dc-62" value="" style="endArrow=block;dashed=1;endFill=0;endSize=12;html=1;rounded=0;exitX=0;exitY=0.229;exitDx=0;exitDy=0;exitPerimeter=0;entryX=0.5;entryY=0;entryDx=0;entryDy=0;" parent="1" source="DN3gSNXj-5M0wLeot5Dc-33" target="DN3gSNXj-5M0wLeot5Dc-69" edge="1">
          <mxGeometry width="160" relative="1" as="geometry">
            <mxPoint x="-140" y="530" as="sourcePoint" />
            <mxPoint x="-80" y="610" as="targetPoint" />
            <Array as="points">
              <mxPoint x="-80" y="548" />
            </Array>
          </mxGeometry>
        </mxCell>
-         <mxCell id="DN3gSNXj-5M0wLeot5Dc-63" value="" style="endArrow=block;dashed=1;endFill=0;endSize=12;html=1;rounded=0;exitX=1.006;exitY=0.214;exitDx=0;exitDy=0;exitPerimeter=0;entryX=0.5;entryY=0;entryDx=0;entryDy=0;" edge="1" parent="1" source="DN3gSNXj-5M0wLeot5Dc-33" target="DN3gSNXj-5M0wLeot5Dc-54">
+         <mxCell id="DN3gSNXj-5M0wLeot5Dc-63" value="" style="endArrow=block;dashed=1;endFill=0;endSize=12;html=1;rounded=0;exitX=1.006;exitY=0.214;exitDx=0;exitDy=0;exitPerimeter=0;entryX=0.5;entryY=0;entryDx=0;entryDy=0;" parent="1" source="DN3gSNXj-5M0wLeot5Dc-33" target="DN3gSNXj-5M0wLeot5Dc-54" edge="1">
          <mxGeometry width="160" relative="1" as="geometry">
            <mxPoint x="140" y="510" as="sourcePoint" />
            <mxPoint x="300" y="510" as="targetPoint" />
            <Array as="points">
              <mxPoint x="200" y="547" />
            </Array>
          </mxGeometry>
        </mxCell>
-         <mxCell id="DN3gSNXj-5M0wLeot5Dc-64" value="" style="endArrow=block;dashed=1;endFill=0;endSize=12;html=1;rounded=0;exitX=0.5;exitY=1.004;exitDx=0;exitDy=0;exitPerimeter=0;entryX=0.5;entryY=0;entryDx=0;entryDy=0;" edge="1" parent="1" source="DN3gSNXj-5M0wLeot5Dc-72" target="DN3gSNXj-5M0wLeot5Dc-42">
+         <mxCell id="DN3gSNXj-5M0wLeot5Dc-64" value="" style="endArrow=block;dashed=1;endFill=0;endSize=12;html=1;rounded=0;exitX=0.5;exitY=1.004;exitDx=0;exitDy=0;exitPerimeter=0;entryX=0.5;entryY=0;entryDx=0;entryDy=0;" parent="1" source="DN3gSNXj-5M0wLeot5Dc-72" target="DN3gSNXj-5M0wLeot5Dc-42" edge="1">
          <mxGeometry width="160" relative="1" as="geometry">
            <mxPoint x="-80.00000000000045" y="695.9999999999998" as="sourcePoint" />
            <mxPoint x="-80" y="760" as="targetPoint" />
          </mxGeometry>
        </mxCell>
-         <mxCell id="DN3gSNXj-5M0wLeot5Dc-65" value="" style="endArrow=block;dashed=1;endFill=0;endSize=12;html=1;rounded=0;entryX=0.5;entryY=0;entryDx=0;entryDy=0;exitX=0.5;exitY=1;exitDx=0;exitDy=0;" edge="1" parent="1" source="DN3gSNXj-5M0wLeot5Dc-54" target="DN3gSNXj-5M0wLeot5Dc-46">
+         <mxCell id="DN3gSNXj-5M0wLeot5Dc-65" value="" style="endArrow=block;dashed=1;endFill=0;endSize=12;html=1;rounded=0;entryX=0.5;entryY=0;entryDx=0;entryDy=0;exitX=0.5;exitY=1;exitDx=0;exitDy=0;" parent="1" source="DN3gSNXj-5M0wLeot5Dc-54" target="DN3gSNXj-5M0wLeot5Dc-46" edge="1">
          <mxGeometry width="160" relative="1" as="geometry">
            <mxPoint x="10" y="660" as="sourcePoint" />
            <mxPoint x="170" y="660" as="targetPoint" />
          </mxGeometry>
        </mxCell>
-         <mxCell id="DN3gSNXj-5M0wLeot5Dc-66" value="" style="endArrow=diamondThin;endFill=0;endSize=24;html=1;rounded=0;entryX=0;entryY=0.5;entryDx=0;entryDy=0;" edge="1" parent="1" target="hdlihjiLVeq3m88xXGLW-19">
+         <mxCell id="DN3gSNXj-5M0wLeot5Dc-66" value="" style="endArrow=diamondThin;endFill=0;endSize=24;html=1;rounded=0;entryX=0;entryY=0.5;entryDx=0;entryDy=0;" parent="1" target="hdlihjiLVeq3m88xXGLW-19" edge="1">
          <mxGeometry width="160" relative="1" as="geometry">
            <mxPoint x="70" y="450" as="sourcePoint" />
            <mxPoint x="400" y="410" as="targetPoint" />
            <Array as="points">
              <mxPoint x="70" y="420" />
              <mxPoint x="240" y="420" />
              <mxPoint x="240" y="240" />
            </Array>
          </mxGeometry>
        </mxCell>
-         <mxCell id="DN3gSNXj-5M0wLeot5Dc-73" value="0 .. *" style="edgeLabel;html=1;align=center;verticalAlign=middle;resizable=0;points=[];" vertex="1" connectable="0" parent="DN3gSNXj-5M0wLeot5Dc-66">
+         <mxCell id="DN3gSNXj-5M0wLeot5Dc-73" value="0 .. *" style="edgeLabel;html=1;align=center;verticalAlign=middle;resizable=0;points=[];" parent="DN3gSNXj-5M0wLeot5Dc-66" vertex="1" connectable="0">
          <mxGeometry x="-0.9636" relative="1" as="geometry">
            <mxPoint x="15" y="-11" as="offset" />
          </mxGeometry>
        </mxCell>
-         <mxCell id="DN3gSNXj-5M0wLeot5Dc-69" value="&lt;div&gt;&lt;span style=&quot;font-weight: 400;&quot;&gt;«interface»&lt;/span&gt;&lt;br&gt;&lt;/div&gt;NonAttenuationLight" style="swimlane;fontStyle=1;align=center;verticalAlign=top;childLayout=stackLayout;horizontal=1;startSize=40;horizontalStack=0;resizeParent=1;resizeParentMax=0;resizeLast=0;collapsible=1;marginBottom=0;whiteSpace=wrap;html=1;" vertex="1" parent="1">
+         <mxCell id="DN3gSNXj-5M0wLeot5Dc-69" value="&lt;div&gt;&lt;span style=&quot;font-weight: 400;&quot;&gt;«interface»&lt;/span&gt;&lt;br&gt;&lt;/div&gt;NonAttenuationLight" style="swimlane;fontStyle=1;align=center;verticalAlign=top;childLayout=stackLayout;horizontal=1;startSize=40;horizontalStack=0;resizeParent=1;resizeParentMax=0;resizeLast=0;collapsible=1;marginBottom=0;whiteSpace=wrap;html=1;" parent="1" vertex="1">
          <mxGeometry x="-160" y="630" width="160" height="100" as="geometry" />
        </mxCell>
-         <mxCell id="DN3gSNXj-5M0wLeot5Dc-70" value="- kq, kl, kc: float" style="text;strokeColor=none;fillColor=none;align=left;verticalAlign=top;spacingLeft=4;spacingRight=4;overflow=hidden;rotatable=0;points=[[0,0.5],[1,0.5]];portConstraint=eastwest;whiteSpace=wrap;html=1;" vertex="1" parent="DN3gSNXj-5M0wLeot5Dc-69">
+         <mxCell id="DN3gSNXj-5M0wLeot5Dc-70" value="- kq, kl, kc: float" style="text;strokeColor=none;fillColor=none;align=left;verticalAlign=top;spacingLeft=4;spacingRight=4;overflow=hidden;rotatable=0;points=[[0,0.5],[1,0.5]];portConstraint=eastwest;whiteSpace=wrap;html=1;" parent="DN3gSNXj-5M0wLeot5Dc-69" vertex="1">
          <mxGeometry y="40" width="160" height="26" as="geometry" />
        </mxCell>
-         <mxCell id="DN3gSNXj-5M0wLeot5Dc-71" value="" style="line;strokeWidth=1;fillColor=none;align=left;verticalAlign=middle;spacingTop=-1;spacingLeft=3;spacingRight=3;rotatable=0;labelPosition=right;points=[];portConstraint=eastwest;strokeColor=inherit;" vertex="1" parent="DN3gSNXj-5M0wLeot5Dc-69">
+         <mxCell id="DN3gSNXj-5M0wLeot5Dc-71" value="" style="line;strokeWidth=1;fillColor=none;align=left;verticalAlign=middle;spacingTop=-1;spacingLeft=3;spacingRight=3;rotatable=0;labelPosition=right;points=[];portConstraint=eastwest;strokeColor=inherit;" parent="DN3gSNXj-5M0wLeot5Dc-69" vertex="1">
          <mxGeometry y="66" width="160" height="8" as="geometry" />
        </mxCell>
-         <mxCell id="DN3gSNXj-5M0wLeot5Dc-72" value="+ get_intensity(Vec3): float" style="text;strokeColor=none;fillColor=none;align=left;verticalAlign=top;spacingLeft=4;spacingRight=4;overflow=hidden;rotatable=0;points=[[0,0.5],[1,0.5]];portConstraint=eastwest;whiteSpace=wrap;html=1;" vertex="1" parent="DN3gSNXj-5M0wLeot5Dc-69">
+         <mxCell id="DN3gSNXj-5M0wLeot5Dc-72" value="+ get_intensity(Vec3): float" style="text;strokeColor=none;fillColor=none;align=left;verticalAlign=top;spacingLeft=4;spacingRight=4;overflow=hidden;rotatable=0;points=[[0,0.5],[1,0.5]];portConstraint=eastwest;whiteSpace=wrap;html=1;" parent="DN3gSNXj-5M0wLeot5Dc-69" vertex="1">
          <mxGeometry y="74" width="160" height="26" as="geometry" />
        </mxCell>
-         <mxCell id="DN3gSNXj-5M0wLeot5Dc-74" value="Translate" style="swimlane;fontStyle=1;align=center;verticalAlign=top;childLayout=stackLayout;horizontal=1;startSize=26;horizontalStack=0;resizeParent=1;resizeParentMax=0;resizeLast=0;collapsible=1;marginBottom=0;whiteSpace=wrap;html=1;" vertex="1" parent="1">
+         <mxCell id="DN3gSNXj-5M0wLeot5Dc-74" value="Translate" style="swimlane;fontStyle=1;align=center;verticalAlign=top;childLayout=stackLayout;horizontal=1;startSize=26;horizontalStack=0;resizeParent=1;resizeParentMax=0;resizeLast=0;collapsible=1;marginBottom=0;whiteSpace=wrap;html=1;" parent="1" vertex="1">
          <mxGeometry x="320" y="450" width="160" height="98" as="geometry" />
        </mxCell>
-         <mxCell id="DN3gSNXj-5M0wLeot5Dc-75" value="- obj: Hittable&lt;div&gt;- offset: Vec3&lt;/div&gt;" style="text;strokeColor=none;fillColor=none;align=left;verticalAlign=top;spacingLeft=4;spacingRight=4;overflow=hidden;rotatable=0;points=[[0,0.5],[1,0.5]];portConstraint=eastwest;whiteSpace=wrap;html=1;" vertex="1" parent="DN3gSNXj-5M0wLeot5Dc-74">
+         <mxCell id="DN3gSNXj-5M0wLeot5Dc-75" value="- obj: Hittable&lt;div&gt;- offset: Vec3&lt;/div&gt;" style="text;strokeColor=none;fillColor=none;align=left;verticalAlign=top;spacingLeft=4;spacingRight=4;overflow=hidden;rotatable=0;points=[[0,0.5],[1,0.5]];portConstraint=eastwest;whiteSpace=wrap;html=1;" parent="DN3gSNXj-5M0wLeot5Dc-74" vertex="1">
          <mxGeometry y="26" width="160" height="34" as="geometry" />
        </mxCell>
-         <mxCell id="DN3gSNXj-5M0wLeot5Dc-76" value="" style="line;strokeWidth=1;fillColor=none;align=left;verticalAlign=middle;spacingTop=-1;spacingLeft=3;spacingRight=3;rotatable=0;labelPosition=right;points=[];portConstraint=eastwest;strokeColor=inherit;" vertex="1" parent="DN3gSNXj-5M0wLeot5Dc-74">
+         <mxCell id="DN3gSNXj-5M0wLeot5Dc-76" value="" style="line;strokeWidth=1;fillColor=none;align=left;verticalAlign=middle;spacingTop=-1;spacingLeft=3;spacingRight=3;rotatable=0;labelPosition=right;points=[];portConstraint=eastwest;strokeColor=inherit;" parent="DN3gSNXj-5M0wLeot5Dc-74" vertex="1">
          <mxGeometry y="60" width="160" height="8" as="geometry" />
        </mxCell>
-         <mxCell id="DN3gSNXj-5M0wLeot5Dc-77" value="+ hit(Ray3, HitRecord): bool" style="text;strokeColor=none;fillColor=none;align=left;verticalAlign=top;spacingLeft=4;spacingRight=4;overflow=hidden;rotatable=0;points=[[0,0.5],[1,0.5]];portConstraint=eastwest;whiteSpace=wrap;html=1;" vertex="1" parent="DN3gSNXj-5M0wLeot5Dc-74">
+         <mxCell id="DN3gSNXj-5M0wLeot5Dc-77" value="+ hit(Ray3, HitRecord): bool" style="text;strokeColor=none;fillColor=none;align=left;verticalAlign=top;spacingLeft=4;spacingRight=4;overflow=hidden;rotatable=0;points=[[0,0.5],[1,0.5]];portConstraint=eastwest;whiteSpace=wrap;html=1;" parent="DN3gSNXj-5M0wLeot5Dc-74" vertex="1">
          <mxGeometry y="68" width="160" height="30" as="geometry" />
        </mxCell>
-         <mxCell id="DN3gSNXj-5M0wLeot5Dc-78" value="Rotate" style="swimlane;fontStyle=1;align=center;verticalAlign=top;childLayout=stackLayout;horizontal=1;startSize=26;horizontalStack=0;resizeParent=1;resizeParentMax=0;resizeLast=0;collapsible=1;marginBottom=0;whiteSpace=wrap;html=1;" vertex="1" parent="1">
+         <mxCell id="DN3gSNXj-5M0wLeot5Dc-78" value="Rotate" style="swimlane;fontStyle=1;align=center;verticalAlign=top;childLayout=stackLayout;horizontal=1;startSize=26;horizontalStack=0;resizeParent=1;resizeParentMax=0;resizeLast=0;collapsible=1;marginBottom=0;whiteSpace=wrap;html=1;" parent="1" vertex="1">
          <mxGeometry x="320" y="570" width="160" height="118" as="geometry" />
        </mxCell>
-         <mxCell id="DN3gSNXj-5M0wLeot5Dc-79" value="- obj: Hittable&lt;div&gt;- axis: Vec3&lt;/div&gt;&lt;div&gt;- angle: float&lt;/div&gt;" style="text;strokeColor=none;fillColor=none;align=left;verticalAlign=top;spacingLeft=4;spacingRight=4;overflow=hidden;rotatable=0;points=[[0,0.5],[1,0.5]];portConstraint=eastwest;whiteSpace=wrap;html=1;" vertex="1" parent="DN3gSNXj-5M0wLeot5Dc-78">
+         <mxCell id="DN3gSNXj-5M0wLeot5Dc-79" value="- obj: Hittable&lt;div&gt;- axis: Vec3&lt;/div&gt;&lt;div&gt;- angle: float&lt;/div&gt;" style="text;strokeColor=none;fillColor=none;align=left;verticalAlign=top;spacingLeft=4;spacingRight=4;overflow=hidden;rotatable=0;points=[[0,0.5],[1,0.5]];portConstraint=eastwest;whiteSpace=wrap;html=1;" parent="DN3gSNXj-5M0wLeot5Dc-78" vertex="1">
          <mxGeometry y="26" width="160" height="54" as="geometry" />
        </mxCell>
-         <mxCell id="DN3gSNXj-5M0wLeot5Dc-80" value="" style="line;strokeWidth=1;fillColor=none;align=left;verticalAlign=middle;spacingTop=-1;spacingLeft=3;spacingRight=3;rotatable=0;labelPosition=right;points=[];portConstraint=eastwest;strokeColor=inherit;" vertex="1" parent="DN3gSNXj-5M0wLeot5Dc-78">
+         <mxCell id="DN3gSNXj-5M0wLeot5Dc-80" value="" style="line;strokeWidth=1;fillColor=none;align=left;verticalAlign=middle;spacingTop=-1;spacingLeft=3;spacingRight=3;rotatable=0;labelPosition=right;points=[];portConstraint=eastwest;strokeColor=inherit;" parent="DN3gSNXj-5M0wLeot5Dc-78" vertex="1">
          <mxGeometry y="80" width="160" height="8" as="geometry" />
        </mxCell>
-         <mxCell id="DN3gSNXj-5M0wLeot5Dc-81" value="+ hit(Ray3, HitRecord): bool" style="text;strokeColor=none;fillColor=none;align=left;verticalAlign=top;spacingLeft=4;spacingRight=4;overflow=hidden;rotatable=0;points=[[0,0.5],[1,0.5]];portConstraint=eastwest;whiteSpace=wrap;html=1;" vertex="1" parent="DN3gSNXj-5M0wLeot5Dc-78">
+         <mxCell id="DN3gSNXj-5M0wLeot5Dc-81" value="+ hit(Ray3, HitRecord): bool" style="text;strokeColor=none;fillColor=none;align=left;verticalAlign=top;spacingLeft=4;spacingRight=4;overflow=hidden;rotatable=0;points=[[0,0.5],[1,0.5]];portConstraint=eastwest;whiteSpace=wrap;html=1;" parent="DN3gSNXj-5M0wLeot5Dc-78" vertex="1">
          <mxGeometry y="88" width="160" height="30" as="geometry" />
        </mxCell>
-         <mxCell id="DN3gSNXj-5M0wLeot5Dc-82" value="Scale" style="swimlane;fontStyle=1;align=center;verticalAlign=top;childLayout=stackLayout;horizontal=1;startSize=26;horizontalStack=0;resizeParent=1;resizeParentMax=0;resizeLast=0;collapsible=1;marginBottom=0;whiteSpace=wrap;html=1;" vertex="1" parent="1">
+         <mxCell id="DN3gSNXj-5M0wLeot5Dc-82" value="Scale" style="swimlane;fontStyle=1;align=center;verticalAlign=top;childLayout=stackLayout;horizontal=1;startSize=26;horizontalStack=0;resizeParent=1;resizeParentMax=0;resizeLast=0;collapsible=1;marginBottom=0;whiteSpace=wrap;html=1;" parent="1" vertex="1">
          <mxGeometry x="320" y="710" width="160" height="98" as="geometry" />
        </mxCell>
-         <mxCell id="DN3gSNXj-5M0wLeot5Dc-83" value="- obj: Hittable&lt;div&gt;- factor: Vec3&lt;/div&gt;" style="text;strokeColor=none;fillColor=none;align=left;verticalAlign=top;spacingLeft=4;spacingRight=4;overflow=hidden;rotatable=0;points=[[0,0.5],[1,0.5]];portConstraint=eastwest;whiteSpace=wrap;html=1;" vertex="1" parent="DN3gSNXj-5M0wLeot5Dc-82">
+         <mxCell id="DN3gSNXj-5M0wLeot5Dc-83" value="- obj: Hittable&lt;div&gt;- factor: Vec3&lt;/div&gt;" style="text;strokeColor=none;fillColor=none;align=left;verticalAlign=top;spacingLeft=4;spacingRight=4;overflow=hidden;rotatable=0;points=[[0,0.5],[1,0.5]];portConstraint=eastwest;whiteSpace=wrap;html=1;" parent="DN3gSNXj-5M0wLeot5Dc-82" vertex="1">
          <mxGeometry y="26" width="160" height="34" as="geometry" />
        </mxCell>
-         <mxCell id="DN3gSNXj-5M0wLeot5Dc-84" value="" style="line;strokeWidth=1;fillColor=none;align=left;verticalAlign=middle;spacingTop=-1;spacingLeft=3;spacingRight=3;rotatable=0;labelPosition=right;points=[];portConstraint=eastwest;strokeColor=inherit;" vertex="1" parent="DN3gSNXj-5M0wLeot5Dc-82">
+         <mxCell id="DN3gSNXj-5M0wLeot5Dc-84" value="" style="line;strokeWidth=1;fillColor=none;align=left;verticalAlign=middle;spacingTop=-1;spacingLeft=3;spacingRight=3;rotatable=0;labelPosition=right;points=[];portConstraint=eastwest;strokeColor=inherit;" parent="DN3gSNXj-5M0wLeot5Dc-82" vertex="1">
          <mxGeometry y="60" width="160" height="8" as="geometry" />
        </mxCell>
-         <mxCell id="DN3gSNXj-5M0wLeot5Dc-85" value="+ hit(Ray3, HitRecord): bool" style="text;strokeColor=none;fillColor=none;align=left;verticalAlign=top;spacingLeft=4;spacingRight=4;overflow=hidden;rotatable=0;points=[[0,0.5],[1,0.5]];portConstraint=eastwest;whiteSpace=wrap;html=1;" vertex="1" parent="DN3gSNXj-5M0wLeot5Dc-82">
+         <mxCell id="DN3gSNXj-5M0wLeot5Dc-85" value="+ hit(Ray3, HitRecord): bool" style="text;strokeColor=none;fillColor=none;align=left;verticalAlign=top;spacingLeft=4;spacingRight=4;overflow=hidden;rotatable=0;points=[[0,0.5],[1,0.5]];portConstraint=eastwest;whiteSpace=wrap;html=1;" parent="DN3gSNXj-5M0wLeot5Dc-82" vertex="1">
          <mxGeometry y="68" width="160" height="30" as="geometry" />
        </mxCell>
-         <mxCell id="DN3gSNXj-5M0wLeot5Dc-92" value="RightPyramid" style="swimlane;fontStyle=1;align=center;verticalAlign=top;childLayout=stackLayout;horizontal=1;startSize=26;horizontalStack=0;resizeParent=1;resizeParentMax=0;resizeLast=0;collapsible=1;marginBottom=0;whiteSpace=wrap;html=1;" vertex="1" parent="1">
+         <mxCell id="DN3gSNXj-5M0wLeot5Dc-92" value="RightPyramid" style="swimlane;fontStyle=1;align=center;verticalAlign=top;childLayout=stackLayout;horizontal=1;startSize=26;horizontalStack=0;resizeParent=1;resizeParentMax=0;resizeLast=0;collapsible=1;marginBottom=0;whiteSpace=wrap;html=1;" parent="1" vertex="1">
          <mxGeometry x="720" y="710" width="160" height="110" as="geometry" />
        </mxCell>
-         <mxCell id="DN3gSNXj-5M0wLeot5Dc-93" value="- center: Vec3&lt;div&gt;- radius: float&lt;/div&gt;&lt;div&gt;- height: float&lt;/div&gt;&lt;div&gt;- order: size_t&lt;/div&gt;&lt;div&gt;- normal: Vec3&lt;/div&gt;" style="text;strokeColor=none;fillColor=none;align=left;verticalAlign=top;spacingLeft=4;spacingRight=4;overflow=hidden;rotatable=0;points=[[0,0.5],[1,0.5]];portConstraint=eastwest;whiteSpace=wrap;html=1;" vertex="1" parent="DN3gSNXj-5M0wLeot5Dc-92">
+         <mxCell id="DN3gSNXj-5M0wLeot5Dc-93" value="- center: Vec3&lt;div&gt;- radius: float&lt;/div&gt;&lt;div&gt;- height: float&lt;/div&gt;&lt;div&gt;- order: size_t&lt;/div&gt;&lt;div&gt;- normal: Vec3&lt;/div&gt;" style="text;strokeColor=none;fillColor=none;align=left;verticalAlign=top;spacingLeft=4;spacingRight=4;overflow=hidden;rotatable=0;points=[[0,0.5],[1,0.5]];portConstraint=eastwest;whiteSpace=wrap;html=1;" parent="DN3gSNXj-5M0wLeot5Dc-92" vertex="1">
          <mxGeometry y="26" width="160" height="84" as="geometry" />
        </mxCell>
-         <mxCell id="DN3gSNXj-5M0wLeot5Dc-94" value="" style="endArrow=block;dashed=1;endFill=0;endSize=12;html=1;rounded=0;exitX=0.5;exitY=1;exitDx=0;exitDy=0;entryX=0.5;entryY=0;entryDx=0;entryDy=0;" edge="1" parent="1" source="DN3gSNXj-5M0wLeot5Dc-12" target="DN3gSNXj-5M0wLeot5Dc-58">
+         <mxCell id="DN3gSNXj-5M0wLeot5Dc-94" value="" style="endArrow=block;dashed=1;endFill=0;endSize=12;html=1;rounded=0;exitX=0.5;exitY=1;exitDx=0;exitDy=0;entryX=0.5;entryY=0;entryDx=0;entryDy=0;" parent="1" source="DN3gSNXj-5M0wLeot5Dc-12" target="DN3gSNXj-5M0wLeot5Dc-58" edge="1">
          <mxGeometry width="160" relative="1" as="geometry">
            <mxPoint x="540" y="620" as="sourcePoint" />
            <mxPoint x="700" y="620" as="targetPoint" />
            <Array as="points">
              <mxPoint x="710" y="550" />
              <mxPoint x="590" y="550" />
            </Array>
          </mxGeometry>
        </mxCell>
-         <mxCell id="DN3gSNXj-5M0wLeot5Dc-95" value="" style="endArrow=block;dashed=1;endFill=0;endSize=12;html=1;rounded=0;exitX=0.5;exitY=1;exitDx=0;exitDy=0;exitPerimeter=0;entryX=0.5;entryY=0;entryDx=0;entryDy=0;" edge="1" parent="1" source="DN3gSNXj-5M0wLeot5Dc-15" target="hdlihjiLVeq3m88xXGLW-39">
+         <mxCell id="DN3gSNXj-5M0wLeot5Dc-95" value="" style="endArrow=block;dashed=1;endFill=0;endSize=12;html=1;rounded=0;exitX=0.5;exitY=1;exitDx=0;exitDy=0;exitPerimeter=0;entryX=0.5;entryY=0;entryDx=0;entryDy=0;" parent="1" source="DN3gSNXj-5M0wLeot5Dc-15" target="hdlihjiLVeq3m88xXGLW-39" edge="1">
          <mxGeometry width="160" relative="1" as="geometry">
            <mxPoint x="710" y="570" as="sourcePoint" />
            <mxPoint x="700" y="620" as="targetPoint" />
            <Array as="points">
              <mxPoint x="710" y="550" />
              <mxPoint x="810" y="550" />
            </Array>
          </mxGeometry>
        </mxCell>
-         <mxCell id="DN3gSNXj-5M0wLeot5Dc-96" value="" style="endArrow=block;dashed=1;endFill=0;endSize=12;html=1;rounded=0;exitX=0.5;exitY=1;exitDx=0;exitDy=0;exitPerimeter=0;entryX=0.5;entryY=0;entryDx=0;entryDy=0;" edge="1" parent="1" source="DN3gSNXj-5M0wLeot5Dc-15" target="DN3gSNXj-5M0wLeot5Dc-92">
+         <mxCell id="DN3gSNXj-5M0wLeot5Dc-96" value="" style="endArrow=block;dashed=1;endFill=0;endSize=12;html=1;rounded=0;exitX=0.5;exitY=1;exitDx=0;exitDy=0;exitPerimeter=0;entryX=0.5;entryY=0;entryDx=0;entryDy=0;" parent="1" source="DN3gSNXj-5M0wLeot5Dc-15" target="DN3gSNXj-5M0wLeot5Dc-92" edge="1">
          <mxGeometry width="160" relative="1" as="geometry">
            <mxPoint x="700" y="550" as="sourcePoint" />
            <mxPoint x="710" y="620" as="targetPoint" />
            <Array as="points">
              <mxPoint x="710" y="680" />
              <mxPoint x="800" y="680" />
            </Array>
          </mxGeometry>
        </mxCell>
-         <mxCell id="DN3gSNXj-5M0wLeot5Dc-97" value="" style="endArrow=block;dashed=1;endFill=0;endSize=12;html=1;rounded=0;entryX=0.5;entryY=0;entryDx=0;entryDy=0;exitX=0.5;exitY=1.004;exitDx=0;exitDy=0;exitPerimeter=0;" edge="1" parent="1" source="DN3gSNXj-5M0wLeot5Dc-15" target="DN3gSNXj-5M0wLeot5Dc-21">
+         <mxCell id="DN3gSNXj-5M0wLeot5Dc-97" value="" style="endArrow=block;dashed=1;endFill=0;endSize=12;html=1;rounded=0;entryX=0.5;entryY=0;entryDx=0;entryDy=0;exitX=0.5;exitY=1.004;exitDx=0;exitDy=0;exitPerimeter=0;" parent="1" source="DN3gSNXj-5M0wLeot5Dc-15" target="DN3gSNXj-5M0wLeot5Dc-21" edge="1">
          <mxGeometry width="160" relative="1" as="geometry">
            <mxPoint x="700" y="570" as="sourcePoint" />
            <mxPoint x="740" y="670" as="targetPoint" />
            <Array as="points">
              <mxPoint x="710" y="680" />
              <mxPoint x="600" y="680" />
            </Array>
          </mxGeometry>
        </mxCell>
-         <mxCell id="DN3gSNXj-5M0wLeot5Dc-98" value="" style="endArrow=block;dashed=1;endFill=0;endSize=12;html=1;rounded=0;exitX=0;exitY=0.25;exitDx=0;exitDy=0;entryX=1.003;entryY=0.181;entryDx=0;entryDy=0;entryPerimeter=0;" edge="1" parent="1" source="DN3gSNXj-5M0wLeot5Dc-12" target="DN3gSNXj-5M0wLeot5Dc-75">
+         <mxCell id="DN3gSNXj-5M0wLeot5Dc-98" value="" style="endArrow=block;dashed=1;endFill=0;endSize=12;html=1;rounded=0;exitX=0;exitY=0.25;exitDx=0;exitDy=0;entryX=1.003;entryY=0.181;entryDx=0;entryDy=0;entryPerimeter=0;" parent="1" source="DN3gSNXj-5M0wLeot5Dc-12" target="DN3gSNXj-5M0wLeot5Dc-75" edge="1">
          <mxGeometry width="160" relative="1" as="geometry">
            <mxPoint x="600" y="520" as="sourcePoint" />
            <mxPoint x="530" y="540" as="targetPoint" />
          </mxGeometry>
        </mxCell>
-         <mxCell id="DN3gSNXj-5M0wLeot5Dc-99" value="" style="endArrow=block;dashed=1;endFill=0;endSize=12;html=1;rounded=0;exitX=0;exitY=0.25;exitDx=0;exitDy=0;entryX=1.002;entryY=0.4;entryDx=0;entryDy=0;entryPerimeter=0;" edge="1" parent="1" source="DN3gSNXj-5M0wLeot5Dc-12" target="DN3gSNXj-5M0wLeot5Dc-81">
+         <mxCell id="DN3gSNXj-5M0wLeot5Dc-99" value="" style="endArrow=block;dashed=1;endFill=0;endSize=12;html=1;rounded=0;exitX=0;exitY=0.25;exitDx=0;exitDy=0;entryX=1.002;entryY=0.4;entryDx=0;entryDy=0;entryPerimeter=0;" parent="1" source="DN3gSNXj-5M0wLeot5Dc-12" target="DN3gSNXj-5M0wLeot5Dc-81" edge="1">
          <mxGeometry width="160" relative="1" as="geometry">
            <mxPoint x="370" y="540" as="sourcePoint" />
            <mxPoint x="530" y="540" as="targetPoint" />
            <Array as="points">
              <mxPoint x="560" y="482" />
              <mxPoint x="560" y="520" />
              <mxPoint x="500" y="520" />
              <mxPoint x="500" y="670" />
            </Array>
          </mxGeometry>
        </mxCell>
-         <mxCell id="DN3gSNXj-5M0wLeot5Dc-100" value="" style="endArrow=block;dashed=1;endFill=0;endSize=12;html=1;rounded=0;exitX=0;exitY=0.25;exitDx=0;exitDy=0;" edge="1" parent="1" source="DN3gSNXj-5M0wLeot5Dc-12">
+         <mxCell id="DN3gSNXj-5M0wLeot5Dc-100" value="" style="endArrow=block;dashed=1;endFill=0;endSize=12;html=1;rounded=0;exitX=0;exitY=0.25;exitDx=0;exitDy=0;" parent="1" source="DN3gSNXj-5M0wLeot5Dc-12" edge="1">
          <mxGeometry width="160" relative="1" as="geometry">
            <mxPoint x="620" y="490" as="sourcePoint" />
            <mxPoint x="481" y="790" as="targetPoint" />
            <Array as="points">
              <mxPoint x="560" y="482" />
              <mxPoint x="560" y="520" />
              <mxPoint x="500" y="520" />
              <mxPoint x="500" y="790" />
            </Array>
          </mxGeometry>
        </mxCell>
+         <mxCell id="o2kf72_JrV5rihf7crLJ-3" value="RayTracingRenderer" style="html=1;whiteSpace=wrap;" vertex="1" parent="1">
+           <mxGeometry x="-120" y="80" width="120" height="50" as="geometry" />
+         </mxCell>
+         <mxCell id="o2kf72_JrV5rihf7crLJ-4" value="" style="endArrow=block;dashed=1;endFill=0;endSize=12;html=1;rounded=0;exitX=0;exitY=0.5;exitDx=0;exitDy=0;entryX=1;entryY=0.5;entryDx=0;entryDy=0;" edge="1" parent="1" source="hdlihjiLVeq3m88xXGLW-5" target="o2kf72_JrV5rihf7crLJ-3">
+           <mxGeometry width="160" relative="1" as="geometry">
+             <mxPoint x="240" y="150" as="sourcePoint" />
+             <mxPoint x="400" y="150" as="targetPoint" />
+             <Array as="points">
+               <mxPoint x="80" y="63" />
+               <mxPoint x="80" y="105" />
+             </Array>
+           </mxGeometry>
+         </mxCell>
      </root>
    </mxGraphModel>
  </diagram>
</mxfile>
